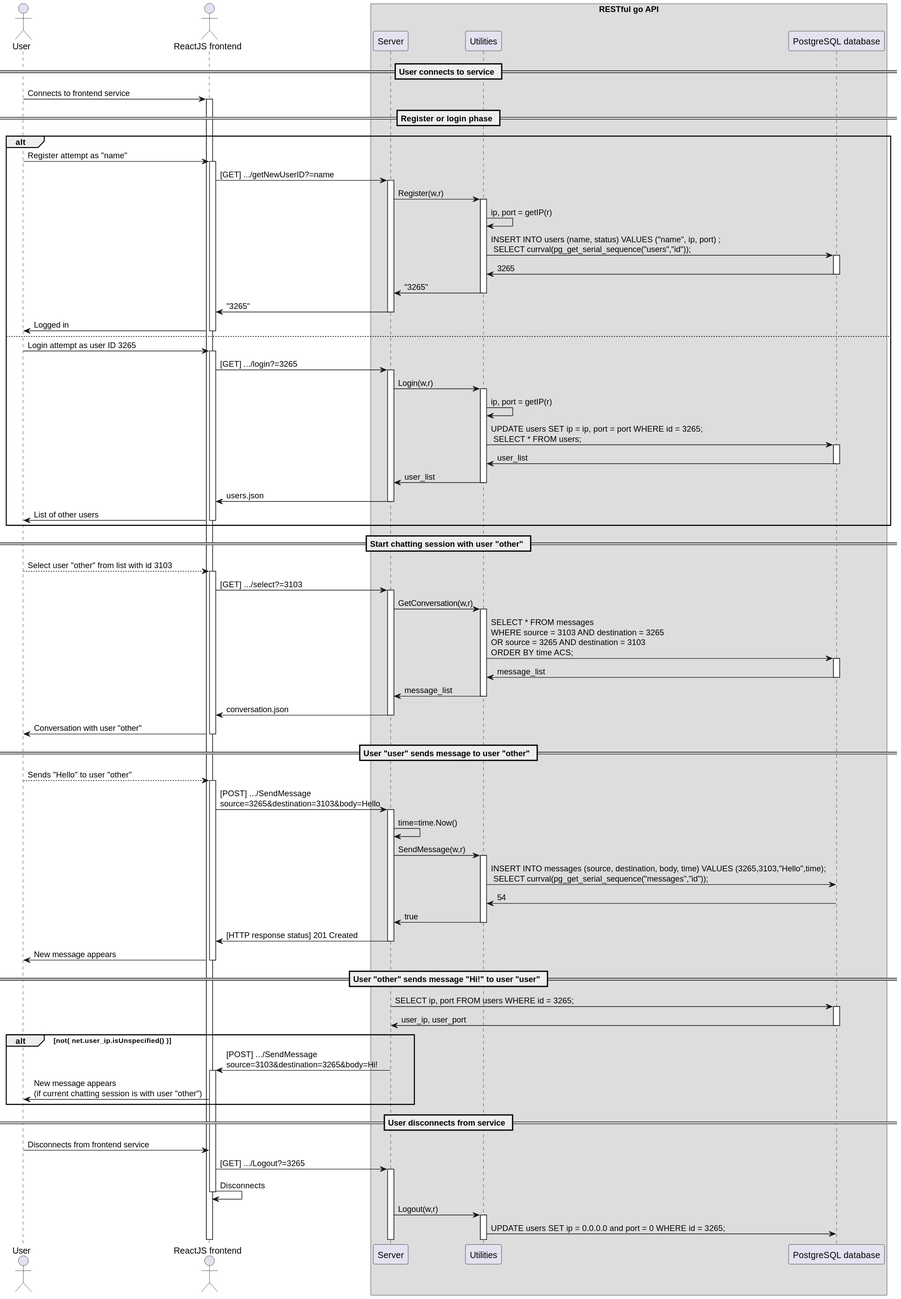
Earlier version of the PlantUML export exercice_2/plantuml/sequence_white_box.svg (scanim-valentin/training-restful-go). Source of this version:
```plantuml
@startuml
actor User

actor "ReactJS frontend" as front
box "RESTful go API"
  participant  "Server" as server
  participant "Utilities" as utils
  participant "PostgreSQL database" as db

end box

== User connects to service ==
User -> front ++ : Connects to frontend service

== Register or login phase ==
  alt
  User -> front++ : Register attempt as "name"
    front -> server++ : [GET] .../getNewUserID?=name
        server -> utils ++ : Register(w,r)
            utils -> utils : ip, port = getIP(r)
            utils -> db ++  : INSERT INTO users (name, status) VALUES ("name", ip, port) ;\n SELECT currval(pg_get_serial_sequence("users","id"));
            db -> utils -- : 3265
        utils -> server -- : "3265"
    server -> front -- : "3265"
  front -> User -- : Logged in
  else
  User -> front++ : Login attempt as user ID 3265
    front -> server++ : [GET] .../login?=3265
        server -> utils ++ : Login(w,r)
            utils -> utils : ip, port = getIP(r)
            utils -> db ++  : UPDATE users SET ip = ip, port = port WHERE id = 3265;\n SELECT * FROM users;
            db -> utils -- : user_list
        utils -> server -- : user_list
    server -> front -- : users.json
  front -> User -- : List of other users
  end

== Start chatting session with user "other" ==
  User --> front ++ : Select user "other" from list with id 3103
    front -> server++ : [GET] .../select?=3103
        server -> utils ++ : GetConversation(w,r)
            utils -> db ++  : SELECT * FROM messages\nWHERE source = 3103 AND destination = 3265\nOR source = 3265 AND destination = 3103\nORDER BY time ACS;
            db -> utils -- : message_list
        utils -> server -- : message_list
    server -> front -- : conversation.json
  front -> User -- : Conversation with user "other"

== User "user" sends message to user "other" ==
  User --> front ++ : Sends "Hello" to user "other"
    front -> server++ : [POST] .../SendMessage\nsource=3265&destination=3103&body=Hello
        server -> server : time=time.Now()
        server -> utils ++ : SendMessage(w,r)
            utils -> db  : INSERT INTO messages (source, destination, body, time) VALUES (3265,3103,"Hello",time);\n SELECT currval(pg_get_serial_sequence("messages","id"));
            db -> utils -- : 54
        utils -> server -- : true
    server -> front -- : [HTTP response status] 201 Created
  front -> User -- : New message appears

== User "other" sends message "Hi!" to user "user" ==
        server -> db ++ : SELECT ip, port FROM users WHERE id = 3265;
        db -> server -- : user_ip, user_port
        alt not( net.user_ip.isUnspecified() )
        server -> front ++ : [POST] .../SendMessage\nsource=3103&destination=3265&body=Hi!
      front -> User : New message appears\n(if current chatting session is with user "other")
        end

== User disconnects from service ==
User -> front : Disconnects from frontend service
front -> server++ : [GET] .../Logout?=3265
    front -> front -- : Disconnects
    server -> utils ++ : Logout(w,r)
        utils -> db  : UPDATE users SET ip = 0.0.0.0 and port = 0 WHERE id = 3265;
@enduml
```
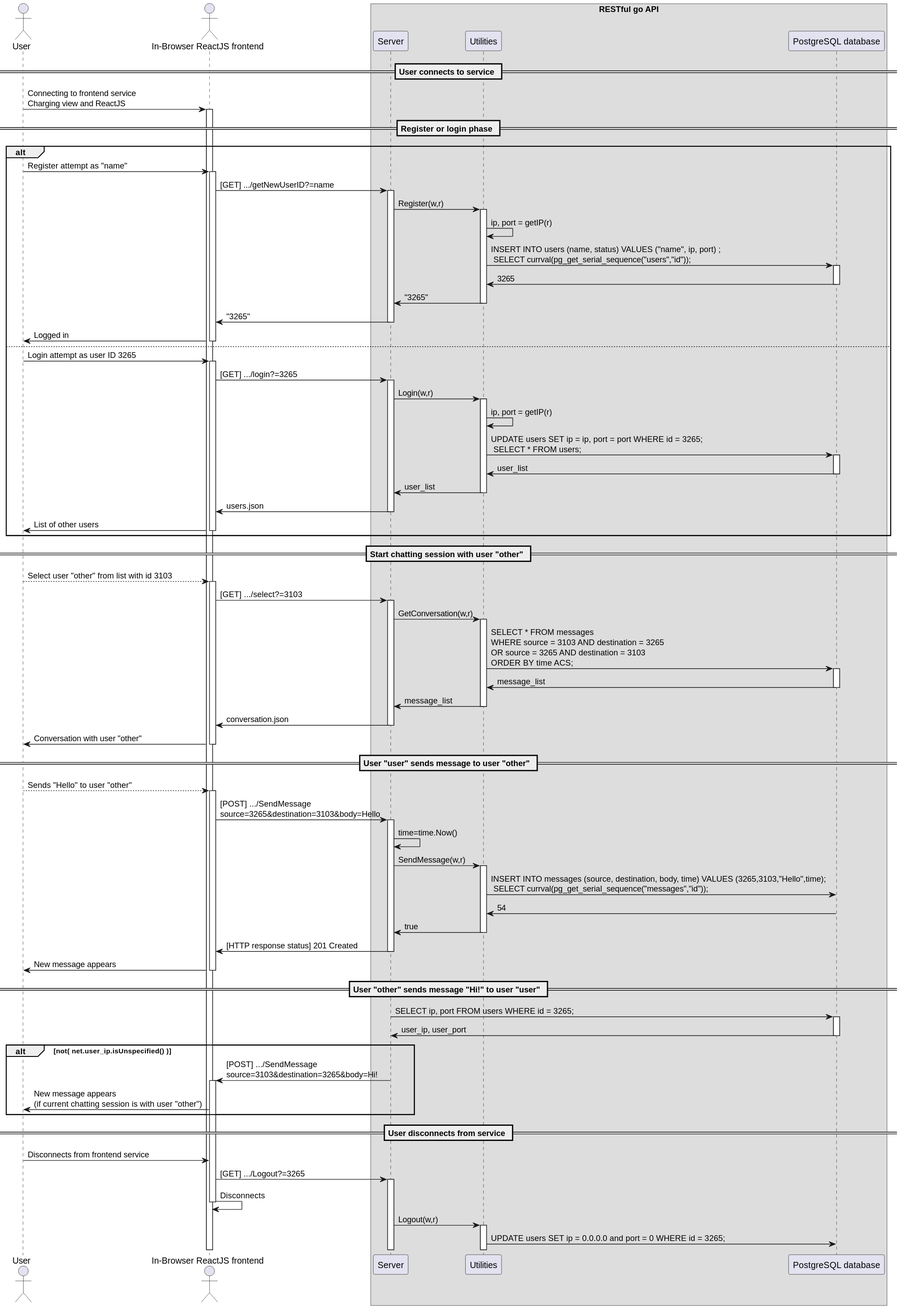
The same file after the commit.

Commit message:
e2: Added frontend details in white box sequence diagram

The edit, as a diff of the source:
```diff
@@ -1,7 +1,7 @@
 @startuml
 actor User
 
-actor "ReactJS frontend" as front
+actor "In-Browser ReactJS frontend" as front
 box "RESTful go API"
   participant  "Server" as server
   participant "Utilities" as utils
@@ -10,7 +10,7 @@
 end box
 
 == User connects to service ==
-User -> front ++ : Connects to frontend service
+User -> front ++ : Connecting to frontend service\nCharging view and ReactJS
 
 == Register or login phase ==
   alt
```
